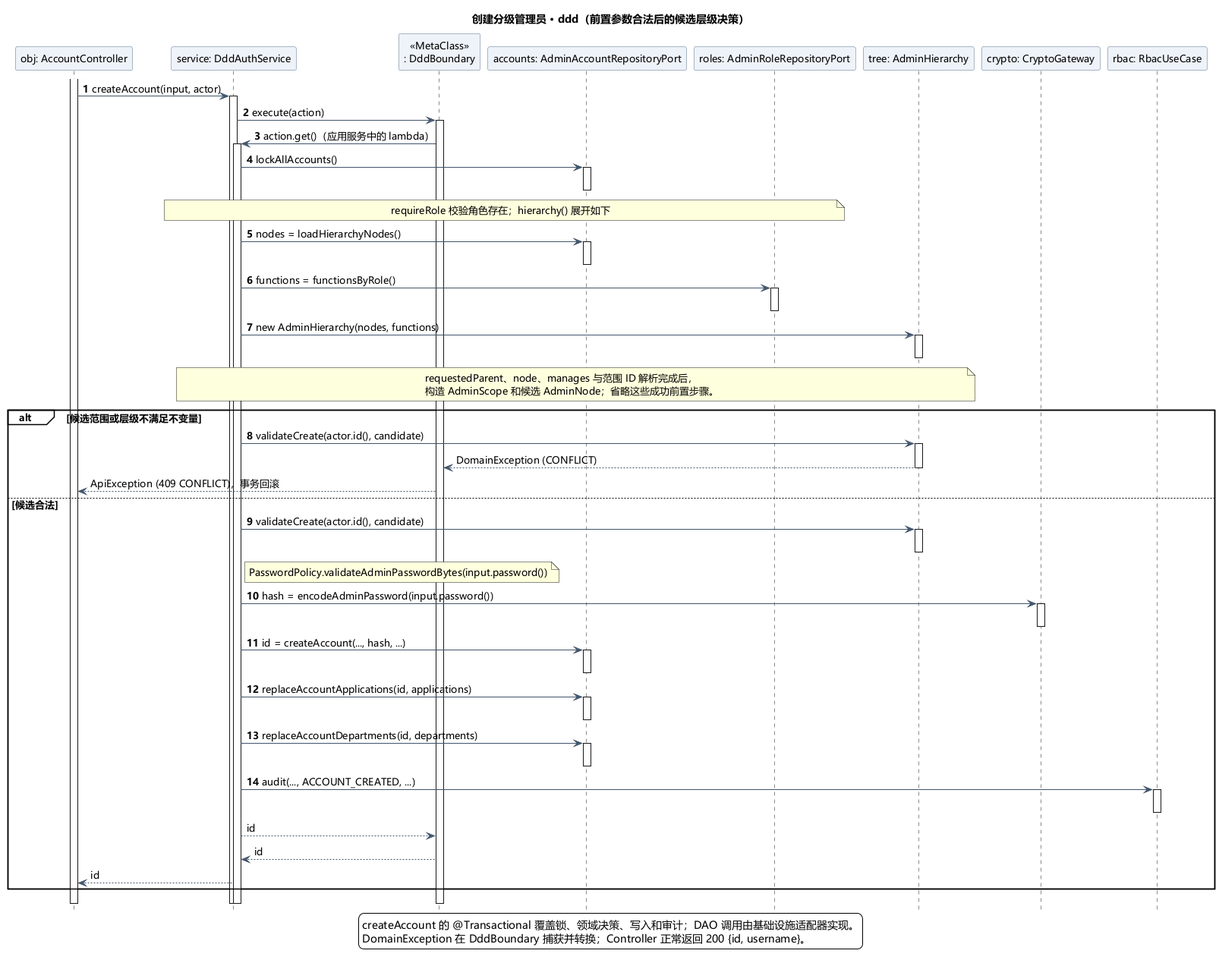
This is doc/uml/admin-account-ddd-sequence.png from JiuQi79-BOT/MelonHub, a PlantUML export, as it was before one commit.
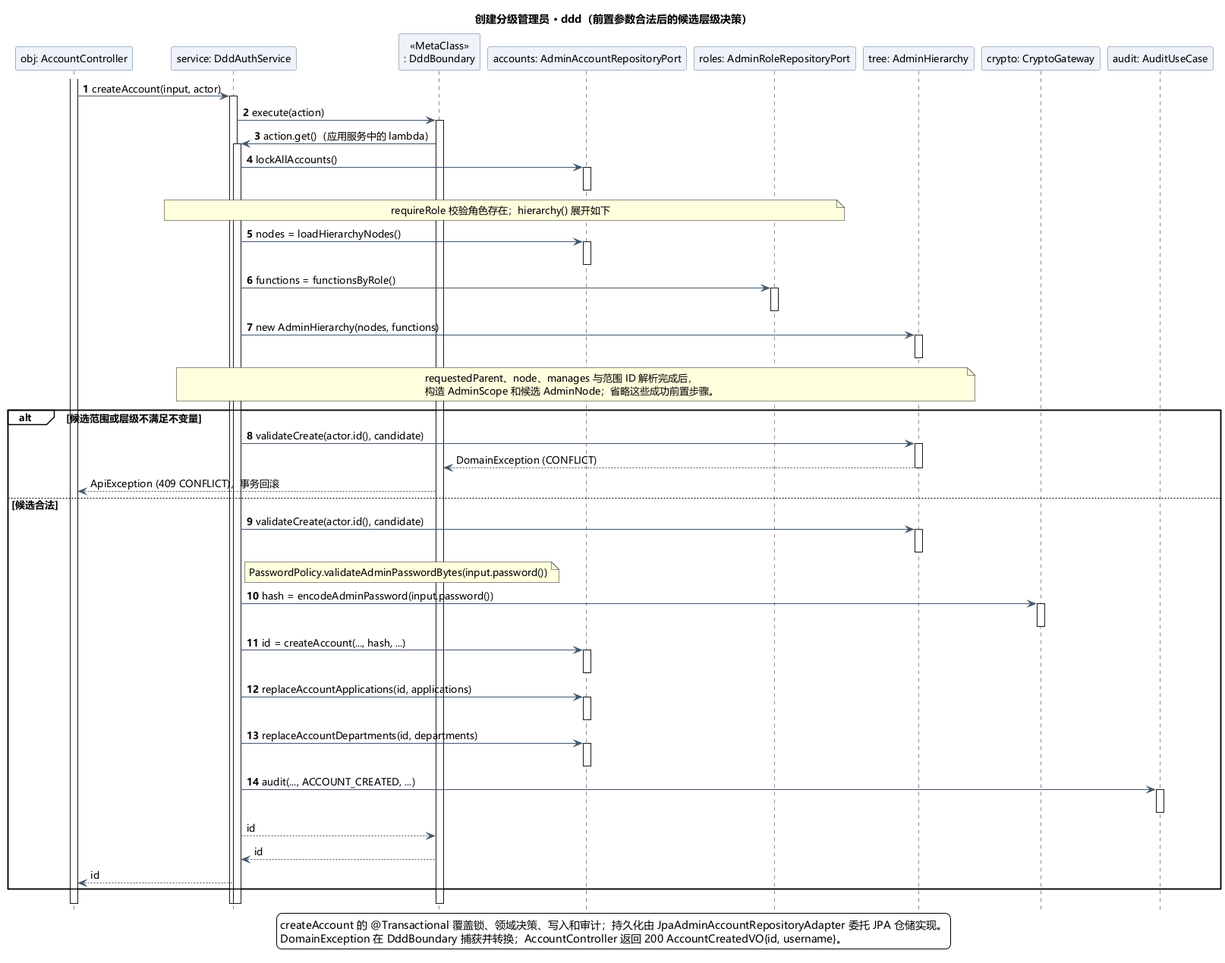
After the change.

Diff of the diagram source:
```diff
@@ -21,7 +21,7 @@
 participant "roles: AdminRoleRepositoryPort" as Roles
 participant "tree: AdminHierarchy" as Tree
 participant "crypto: CryptoGateway" as Crypto
-participant "rbac: RbacUseCase" as Audit
+participant "audit: AuditUseCase" as Audit
 activate C
 C -> S: createAccount(input, actor)
 activate S
@@ -86,7 +86,7 @@
 deactivate S
 deactivate C
 legend bottom
-createAccount 的 @Transactional 覆盖锁、领域决策、写入和审计；DAO 调用由基础设施适配器实现。
-DomainException 在 DddBoundary 捕获并转换；Controller 正常返回 200 {id, username}。
+createAccount 的 @Transactional 覆盖锁、领域决策、写入和审计；持久化由 JpaAdminAccountRepositoryAdapter 委托 JPA 仓储实现。
+DomainException 在 DddBoundary 捕获并转换；AccountController 返回 200 AccountCreatedVO{id, username}。
 endlegend
 @enduml
```
